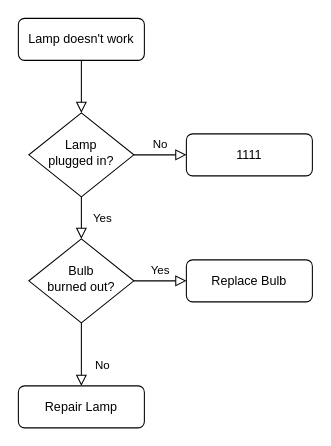
Before: 未命名绘图.drawio in huiiiuh/drawio, a draw.io diagram. Source tidied: cells renumbered, new cells numbered last; positions are measured from the earlier drawing's top-left corner, leaving out a move shared by most shapes. Both pictures are drawn from the tidied source at 105%, with x=0, y=0 at pixel (18, 18).
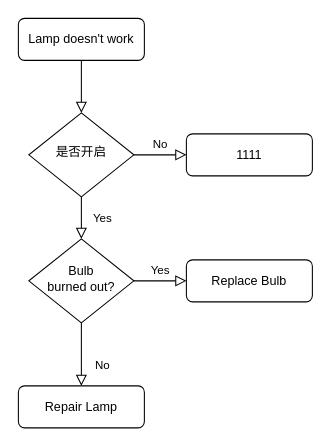
The same diagram, later.

What changed in the source:
```diff
@@
 <mxGraphModel>
   <root>
     <mxCell id="0" />
     <mxCell id="1" parent="0" />
     <mxCell id="2" style="rounded=0;html=1;jettySize=auto;fontSize=11;endArrow=block;endFill=0;endSize=8;strokeWidth=1;shadow=0;labelBackgroundColor=none;edgeStyle=orthogonalEdgeStyle;" parent="1" edge="1" source="3" target="6">
       <mxGeometry relative="1" as="geometry" />
     </mxCell>
     <mxCell id="3" value="Lamp doesn't work" style="rounded=1;whiteSpace=wrap;html=1;fontSize=12;glass=0;strokeWidth=1;shadow=0;" parent="1" vertex="1">
       <mxGeometry width="120" height="40" as="geometry" />
     </mxCell>
     <mxCell id="4" value="Yes" style="rounded=0;html=1;jettySize=auto;fontSize=11;endArrow=block;endFill=0;endSize=8;strokeWidth=1;shadow=0;labelBackgroundColor=none;edgeStyle=orthogonalEdgeStyle;" parent="1" edge="1" source="6" target="10">
       <mxGeometry y="20" relative="1" as="geometry" />
     </mxCell>
     <mxCell id="5" value="No" style="edgeStyle=orthogonalEdgeStyle;rounded=0;html=1;jettySize=auto;fontSize=11;endArrow=block;endFill=0;endSize=8;strokeWidth=1;shadow=0;labelBackgroundColor=none;" parent="1" edge="1" source="6" target="7">
       <mxGeometry y="10" relative="1" as="geometry" />
     </mxCell>
-    <mxCell id="6" value="Lamp&lt;br&gt;plugged in?" style="rhombus;whiteSpace=wrap;html=1;shadow=0;fontFamily=Helvetica;fontSize=12;align=center;strokeWidth=1;spacing=6;spacingTop=-4;" parent="1" vertex="1">
+    <mxCell id="6" value="是否开启" style="rhombus;whiteSpace=wrap;html=1;shadow=0;fontFamily=Helvetica;fontSize=12;align=center;strokeWidth=1;spacing=6;spacingTop=-4;" parent="1" vertex="1">
       <mxGeometry x="10" y="90" width="100" height="80" as="geometry" />
     </mxCell>
     <mxCell id="7" value="1111" style="rounded=1;whiteSpace=wrap;html=1;fontSize=12;glass=0;strokeWidth=1;shadow=0;" parent="1" vertex="1">
       <mxGeometry x="160" y="110" width="120" height="40" as="geometry" />
     </mxCell>
     <mxCell id="8" value="No" style="rounded=0;html=1;jettySize=auto;fontSize=11;endArrow=block;endFill=0;endSize=8;strokeWidth=1;shadow=0;labelBackgroundColor=none;edgeStyle=orthogonalEdgeStyle;" parent="1" edge="1" source="10" target="11">
       <mxGeometry x="0.33" y="20" relative="1" as="geometry" />
     </mxCell>
     <mxCell id="9" value="Yes" style="edgeStyle=orthogonalEdgeStyle;rounded=0;html=1;jettySize=auto;fontSize=11;endArrow=block;endFill=0;endSize=8;strokeWidth=1;shadow=0;labelBackgroundColor=none;" parent="1" edge="1" source="10" target="12">
       <mxGeometry y="10" relative="1" as="geometry" />
     </mxCell>
     <mxCell id="10" value="Bulb&lt;br&gt;burned out?" style="rhombus;whiteSpace=wrap;html=1;shadow=0;fontFamily=Helvetica;fontSize=12;align=center;strokeWidth=1;spacing=6;spacingTop=-4;" parent="1" vertex="1">
       <mxGeometry x="10" y="210" width="100" height="80" as="geometry" />
     </mxCell>
     <mxCell id="11" value="Repair Lamp" style="rounded=1;whiteSpace=wrap;html=1;fontSize=12;glass=0;strokeWidth=1;shadow=0;" parent="1" vertex="1">
       <mxGeometry y="350" width="120" height="40" as="geometry" />
     </mxCell>
     <mxCell id="12" value="Replace Bulb" style="rounded=1;whiteSpace=wrap;html=1;fontSize=12;glass=0;strokeWidth=1;shadow=0;" parent="1" vertex="1">
       <mxGeometry x="160" y="230" width="120" height="40" as="geometry" />
     </mxCell>
   </root>
 </mxGraphModel>
```
